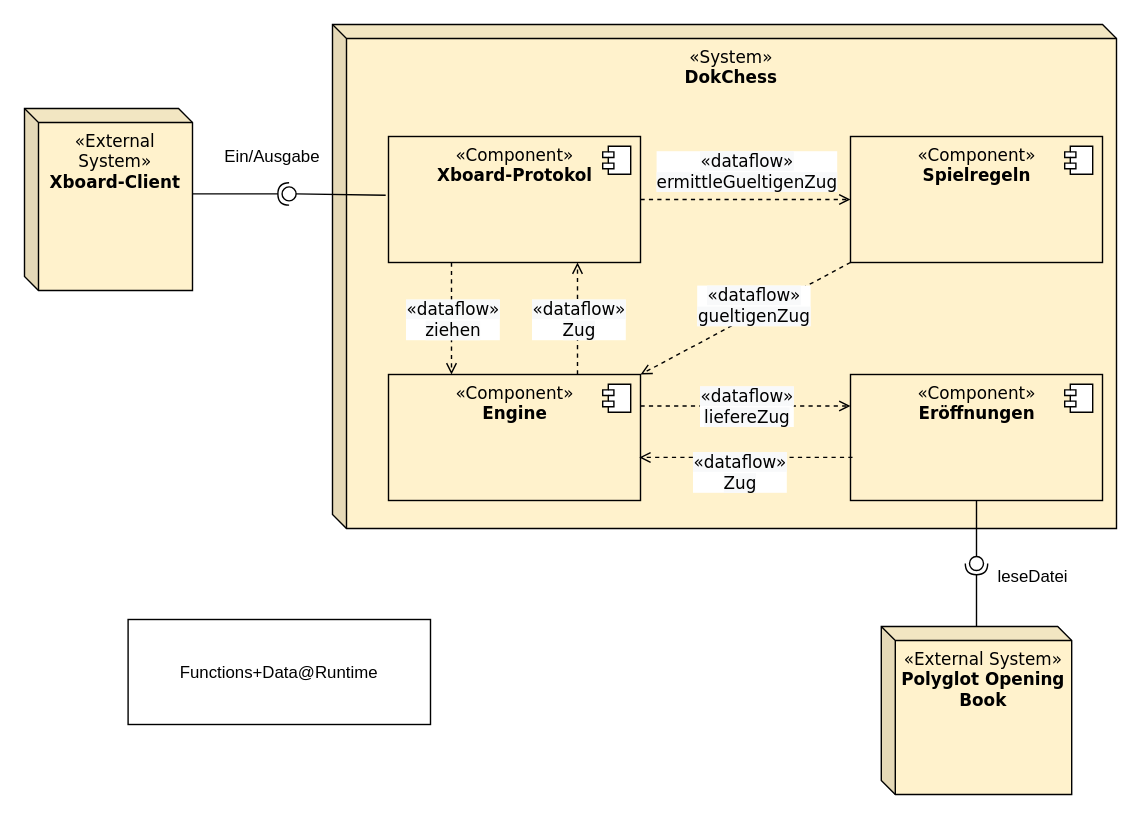
Earlier version of the draw.io diagram dokchess-adf/images/system_structure.drawio (neshanjo/DokChess-ADF). Source tidied: cells renumbered, new cells numbered last; positions are measured from the earlier drawing's top-left corner, leaving out a move shared by most shapes. Both pictures are drawn from the tidied source at 140%, with x=0, y=0 at pixel (24, 24).
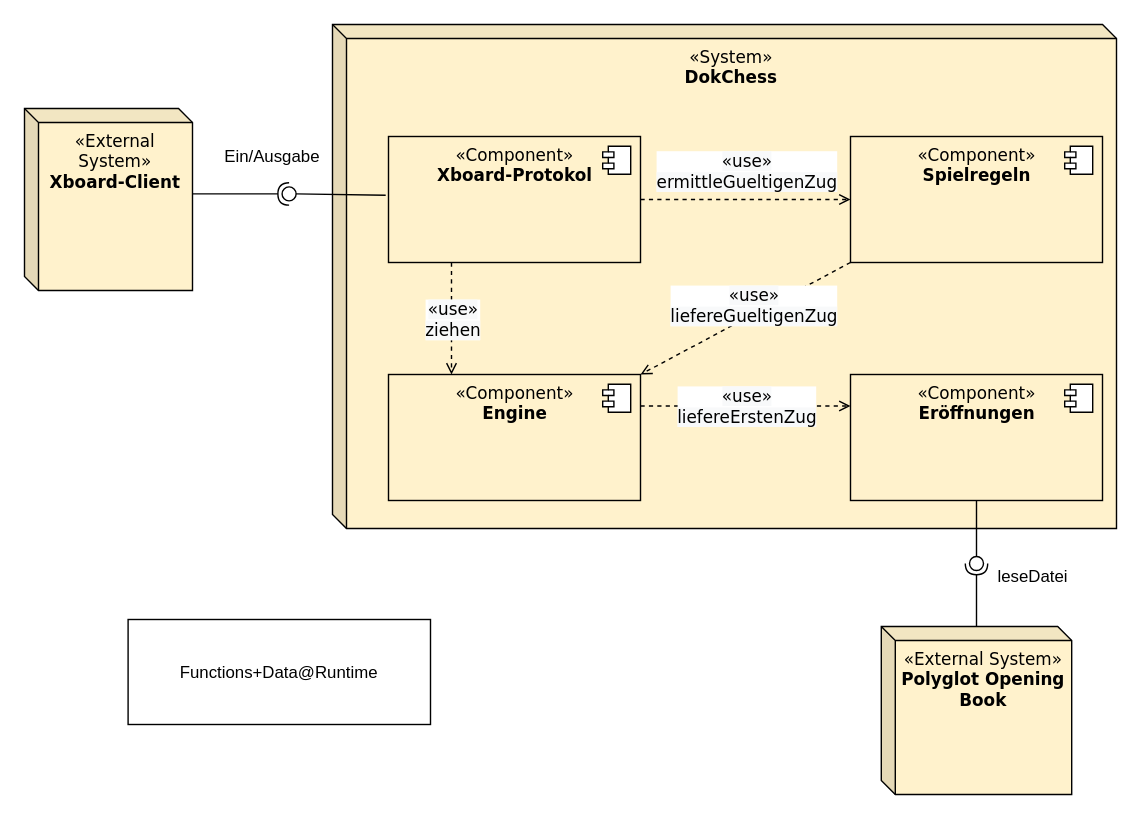
The same diagram, later.

Unchanged cells that the change refers to:
```xml
<mxCell id="3" value="&lt;font&gt;«Component»&lt;br&gt;&lt;b&gt;Xboard-Protokol&lt;/b&gt;&lt;/font&gt;" style="html=1;verticalAlign=top;fillColor=#fff2cc;fontFamily=Verdana;" parent="1" vertex="1">
  <mxGeometry x="260" y="80" width="180" height="90" as="geometry" />
</mxCell>
<mxCell id="7" value="&lt;font&gt;«Component»&lt;br&gt;&lt;b&gt;Engine&lt;/b&gt;&lt;/font&gt;" style="html=1;verticalAlign=top;fillColor=#fff2cc;fontFamily=Verdana;" parent="1" vertex="1">
  <mxGeometry x="260" y="250" width="180" height="90" as="geometry" />
</mxCell>
<mxCell id="9" value="&lt;font&gt;«Component»&lt;br&gt;&lt;b&gt;Eröffnungen&lt;/b&gt;&lt;br&gt;&lt;/font&gt;" style="html=1;verticalAlign=top;fillColor=#fff2cc;fontFamily=Verdana;" parent="1" vertex="1">
  <mxGeometry x="590" y="250" width="180" height="90" as="geometry" />
</mxCell>
<mxCell id="23" style="endArrow=open;html=1;fillColor=#000000;fontFamily=Verdana;fontSize=12;endFill=0;dashed=1;exitX=0.25;exitY=1;exitDx=0;exitDy=0;entryX=0.25;entryY=0;entryDx=0;entryDy=0;" parent="1" edge="1" source="3" target="7">
  <mxGeometry relative="1" as="geometry" />
</mxCell>
<mxCell id="27" style="endArrow=open;html=1;fillColor=#000000;fontFamily=Verdana;fontSize=12;endFill=0;dashed=1;exitX=1;exitY=0.5;exitDx=0;exitDy=0;entryX=0;entryY=0.5;entryDx=0;entryDy=0;" parent="1" edge="1" source="3" target="5">
  <mxGeometry relative="1" as="geometry" />
</mxCell>
<mxCell id="29" style="endArrow=open;html=1;fillColor=#000000;fontFamily=Verdana;fontSize=12;endFill=0;dashed=1;exitX=1;exitY=0.25;exitDx=0;exitDy=0;entryX=0;entryY=0.25;entryDx=0;entryDy=0;" parent="1" edge="1" source="7" target="9">
  <mxGeometry relative="1" as="geometry" />
</mxCell>
<mxCell id="33" style="endArrow=open;html=1;fillColor=#000000;fontFamily=Verdana;fontSize=12;endFill=0;dashed=1;entryX=1;entryY=0;entryDx=0;entryDy=0;exitX=0;exitY=1;exitDx=0;exitDy=0;" parent="1" edge="1" source="5" target="7">
  <mxGeometry relative="1" as="geometry" />
</mxCell>
```

Change to the diagram source:
```diff
@@
-    <mxCell id="24" value="&lt;span style=&quot;font-size: 12px; background-color: rgb(248, 249, 250);&quot;&gt;«dataflow»&lt;br&gt;ziehen&lt;br&gt;&lt;/span&gt;" style="edgeLabel;html=1;align=center;verticalAlign=middle;fontFamily=Verdana;" parent="23" vertex="1">
+    <mxCell id="24" value="&lt;span style=&quot;font-size: 12px; background-color: rgb(248, 249, 250);&quot;&gt;«use»&lt;br&gt;ziehen&lt;br&gt;&lt;/span&gt;" style="edgeLabel;html=1;align=center;verticalAlign=middle;fontFamily=Verdana;" parent="23" vertex="1">
       <mxGeometry relative="1" as="geometry" />
     </mxCell>
-    <mxCell id="25" style="endArrow=open;html=1;fillColor=#000000;fontFamily=Verdana;fontSize=12;endFill=0;dashed=1;entryX=0.75;entryY=1;entryDx=0;entryDy=0;" parent="1" edge="1" target="3">
-      <mxGeometry relative="1" as="geometry">
-        <mxPoint x="395" y="250" as="sourcePoint" />
-      </mxGeometry>
-    </mxCell>
-    <mxCell id="26" value="&lt;span style=&quot;font-size: 12px; background-color: rgb(248, 249, 250);&quot;&gt;«dataflow»&lt;br&gt;Zug&lt;br&gt;&lt;/span&gt;" style="edgeLabel;html=1;align=center;verticalAlign=middle;fontFamily=Verdana;" parent="25" vertex="1">
-      <mxGeometry relative="1" as="geometry" />
-    </mxCell>
@@
-    <mxCell id="28" value="&lt;span style=&quot;font-size: 12px; background-color: rgb(248, 249, 250);&quot;&gt;«dataflow»&lt;br&gt;ermittleGueltigenZug&lt;br&gt;&lt;/span&gt;" style="edgeLabel;html=1;align=center;verticalAlign=middle;fontFamily=Verdana;" parent="27" vertex="1">
+    <mxCell id="28" value="&lt;span style=&quot;font-size: 12px; background-color: rgb(248, 249, 250);&quot;&gt;«use»&lt;br&gt;ermittleGueltigenZug&lt;br&gt;&lt;/span&gt;" style="edgeLabel;html=1;align=center;verticalAlign=middle;fontFamily=Verdana;" parent="27" vertex="1">
       <mxGeometry relative="1" as="geometry">
         <mxPoint y="-21" as="offset" />
       </mxGeometry>
     </mxCell>
@@
-    <mxCell id="30" value="&lt;span style=&quot;font-size: 12px; background-color: rgb(248, 249, 250);&quot;&gt;«dataflow»&lt;br&gt;liefereZug&lt;br&gt;&lt;/span&gt;" style="edgeLabel;html=1;align=center;verticalAlign=middle;fontFamily=Verdana;" parent="29" vertex="1">
+    <mxCell id="30" value="&lt;span style=&quot;font-size: 12px; background-color: rgb(248, 249, 250);&quot;&gt;«use»&lt;br&gt;liefereErstenZug&lt;br&gt;&lt;/span&gt;" style="edgeLabel;html=1;align=center;verticalAlign=middle;fontFamily=Verdana;" parent="29" vertex="1">
       <mxGeometry relative="1" as="geometry" />
     </mxCell>
-    <mxCell id="31" style="endArrow=open;html=1;fillColor=#000000;fontFamily=Verdana;fontSize=12;endFill=0;dashed=1;entryX=0.995;entryY=0.658;entryDx=0;entryDy=0;exitX=0.008;exitY=0.658;exitDx=0;exitDy=0;exitPerimeter=0;entryPerimeter=0;" parent="1" edge="1" source="9" target="7">
-      <mxGeometry relative="1" as="geometry" />
-    </mxCell>
-    <mxCell id="32" value="&lt;span style=&quot;font-size: 12px; background-color: rgb(248, 249, 250);&quot;&gt;«dataflow»&lt;br&gt;Zug&lt;br&gt;&lt;/span&gt;" style="edgeLabel;html=1;align=center;verticalAlign=middle;fontFamily=Verdana;" parent="31" vertex="1">
-      <mxGeometry relative="1" as="geometry">
-        <mxPoint x="-5" y="10" as="offset" />
-      </mxGeometry>
-    </mxCell>
@@
-    <mxCell id="34" value="&lt;span style=&quot;font-size: 12px; background-color: rgb(248, 249, 250);&quot;&gt;«dataflow»&lt;br&gt;gueltigenZug&lt;br&gt;&lt;/span&gt;" style="edgeLabel;html=1;align=center;verticalAlign=middle;fontFamily=Verdana;" parent="33" vertex="1">
+    <mxCell id="34" value="&lt;span style=&quot;font-size: 12px; background-color: rgb(248, 249, 250);&quot;&gt;«use»&lt;br&gt;liefereGueltigenZug&lt;br&gt;&lt;/span&gt;" style="edgeLabel;html=1;align=center;verticalAlign=middle;fontFamily=Verdana;" parent="33" vertex="1">
       <mxGeometry relative="1" as="geometry">
         <mxPoint x="5" y="-10" as="offset" />
       </mxGeometry>
     </mxCell>
```
